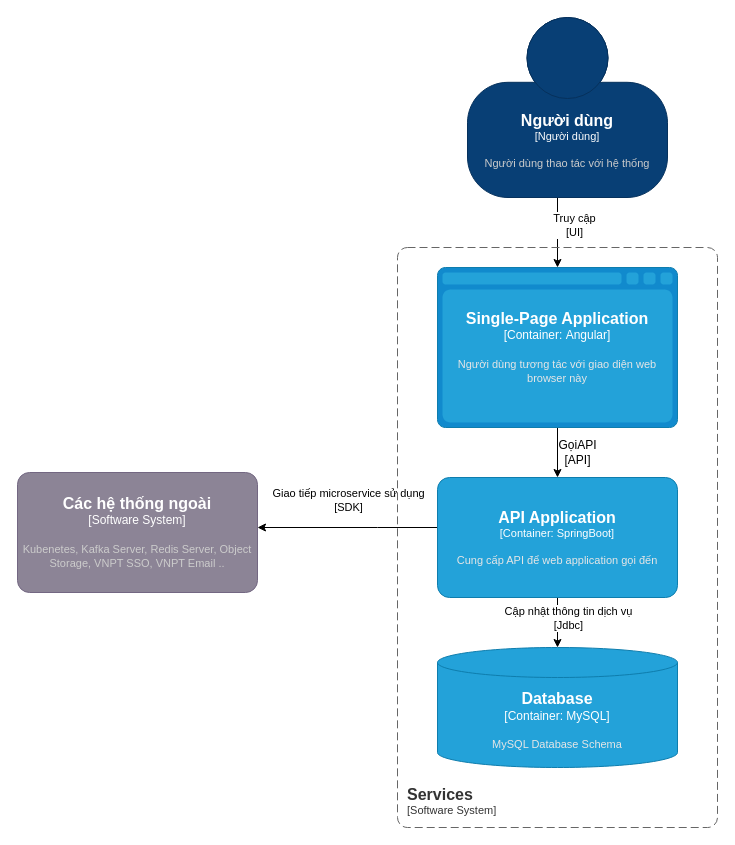
This is lv2-Shorten.drawio from dangngocsoncntt/draw.io, a draw.io file, before an edit. Source tidied: cells renumbered, new cells numbered last; positions are measured from the earlier drawing's top-left corner, leaving out a move shared by most shapes. Both pictures are drawn from the tidied source at 100%, with x=0, y=0 at pixel (17, 17).
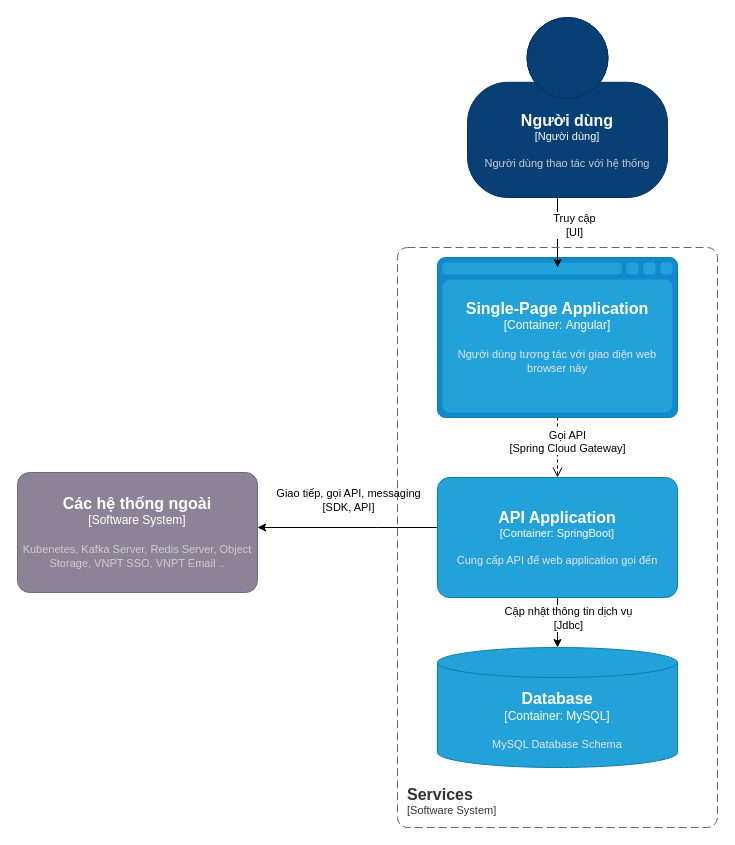
Above is the later version.

Unchanged cells that the change refers to:
```xml
<mxCell id="7" style="edgeStyle=orthogonalEdgeStyle;rounded=0;jettySize=auto;html=1;" parent="1" edge="1" source="9" target="15">
  <mxGeometry relative="1" as="geometry">
    <Array as="points">
      <mxPoint x="360" y="510" />
      <mxPoint x="360" y="510" />
    </Array>
  </mxGeometry>
</mxCell>
<object id="9" label="&lt;font style=&quot;font-size: 16px&quot;&gt;&lt;b&gt;%c4Name%&lt;/b&gt;&lt;/font&gt;&lt;div&gt;[%c4Type%: %c4Technology%]&lt;/div&gt;&lt;br&gt;&lt;div&gt;&lt;font style=&quot;font-size: 11px&quot;&gt;&lt;font color=&quot;#E6E6E6&quot;&gt;%c4Description%&lt;/font&gt;&lt;/div&gt;" c4Description="Cung cấp API để web application gọi đến " c4Name="API Application" c4Technology="SpringBoot" c4Type="Container" placeholders="1">
  <mxCell style="rounded=1;whiteSpace=wrap;html=1;fontSize=11;labelBackgroundColor=none;fillColor=#23A2D9;fontColor=#ffffff;align=center;arcSize=10;strokeColor=#0E7DAD;points=[[0.25,0,0],[0.5,0,0],[0.75,0,0],[1,0.25,0],[1,0.5,0],[1,0.75,0],[0.75,1,0],[0.5,1,0],[0.25,1,0],[0,0.75,0],[0,0.5,0],[0,0.25,0]];" parent="1" vertex="1">
    <mxGeometry x="420" y="460" width="240" height="120" as="geometry" />
  </mxCell>
</object>
```

What changed in the source:
```diff
@@
-    <mxCell id="3" style="edgeStyle=orthogonalEdgeStyle;rounded=0;jettySize=auto;html=1;" parent="1" edge="1" source="4" target="9">
-      <mxGeometry relative="1" as="geometry" />
-    </mxCell>
     <object id="4" label="&lt;font style=&quot;font-size: 16px&quot;&gt;&lt;b&gt;%c4Type%&lt;/b&gt;&lt;/font&gt;&lt;div&gt;[%c4Container%:&amp;nbsp;%c4Technology%]&lt;/div&gt;&lt;br&gt;&lt;div&gt;&lt;font style=&quot;font-size: 11px&quot;&gt;&lt;font color=&quot;#E6E6E6&quot;&gt;%c4Description%&lt;/font&gt;&lt;/div&gt;" c4Container="Container" c4Description="Người dùng tương tác với giao diện web browser này" c4Technology="Angular" c4Type="Single-Page Application" placeholders="1">
       <mxCell style="shape=mxgraph.c4.webBrowserContainer2;whiteSpace=wrap;html=1;boundedLbl=1;rounded=0;labelBackgroundColor=none;strokeColor=#118ACD;fillColor=#23A2D9;strokeColor=#118ACD;strokeColor2=#0E7DAD;fontSize=12;fontColor=#ffffff;align=center;points=[[0.5,0,0],[1,0.25,0],[1,0.5,0],[1,0.75,0],[0.5,1,0],[0,0.75,0],[0,0.5,0],[0,0.25,0]];" parent="1" vertex="1">
-        <mxGeometry x="420" y="250" width="240" height="160" as="geometry" />
+        <mxGeometry x="420" y="240" width="240" height="160" as="geometry" />
       </mxCell>
     </object>
@@
-    <mxCell id="8" value="Giao tiếp microservice sử dụng&lt;br&gt;[SDK]" style="edgeLabel;html=1;align=center;verticalAlign=middle;" parent="7" vertex="1">
+    <mxCell id="8" value="Giao tiếp, gọi API, messaging&lt;br&gt;[SDK, API]" style="edgeLabel;html=1;align=center;verticalAlign=middle;" parent="7" vertex="1">
       <mxGeometry x="0.52" y="1" relative="1" as="geometry">
         <mxPoint x="47" y="-29" as="offset" />
       </mxGeometry>
     </mxCell>
@@
-    <mxCell id="14" value="GọiAPI&lt;br&gt;[API]" style="text;html=1;align=center;verticalAlign=middle;strokeColor=none;fillColor=none;" parent="1" vertex="1">
-      <mxGeometry x="530" y="415" width="60" height="40" as="geometry" />
-    </mxCell>
@@
+    <mxCell id="3" value="Gọi API&lt;br&gt;[Spring Cloud Gateway]" style="html=1;verticalAlign=bottom;endArrow=open;dashed=1;endSize=8;edgeStyle=elbowEdgeStyle;elbow=vertical;curved=0;rounded=0;" parent="1" edge="1" source="4" target="9">
+      <mxGeometry x="0.33" y="10" relative="1" as="geometry" />
+    </mxCell>
```
